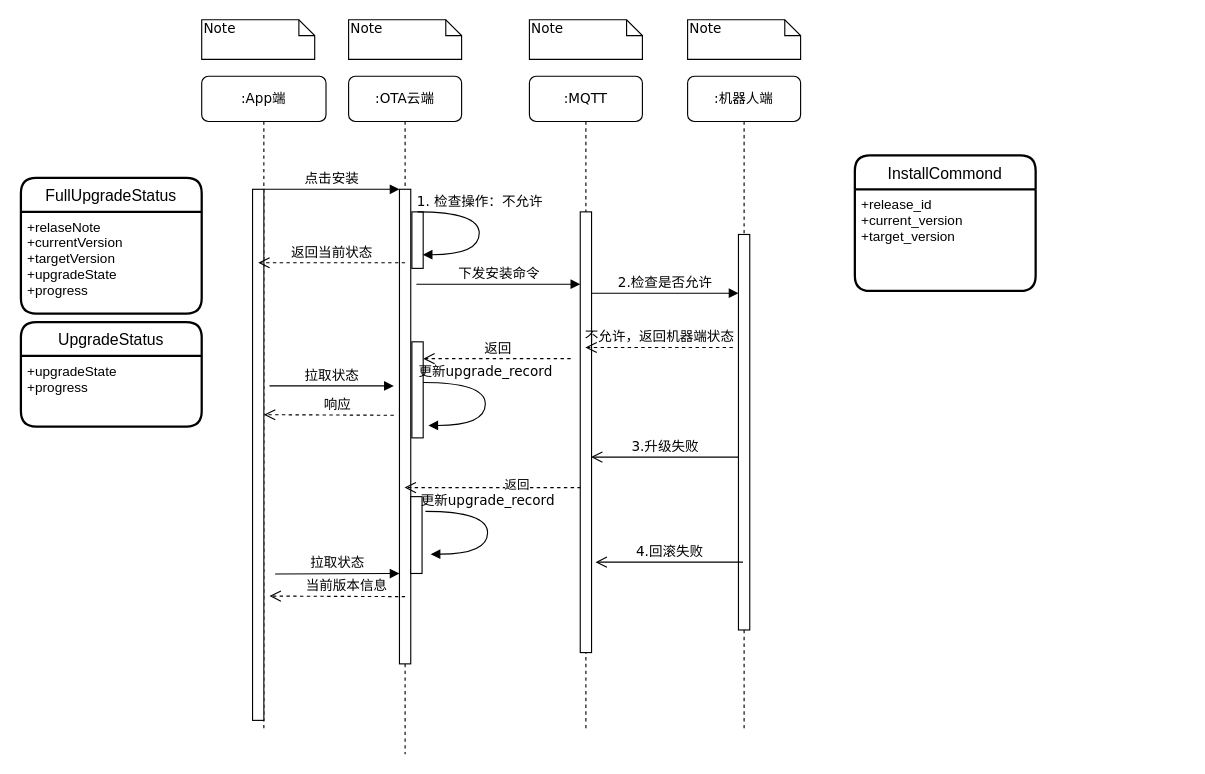
The draw.io diagram craft/ex upgrade_flow.drawio in feihu618/drawio, before the edit. Source tidied: cells renumbered, new cells numbered last; positions are measured from the earlier drawing's top-left corner, leaving out a move shared by most shapes. Both pictures are drawn from the tidied source at 113%, with x=0, y=0 at pixel (20, 19).
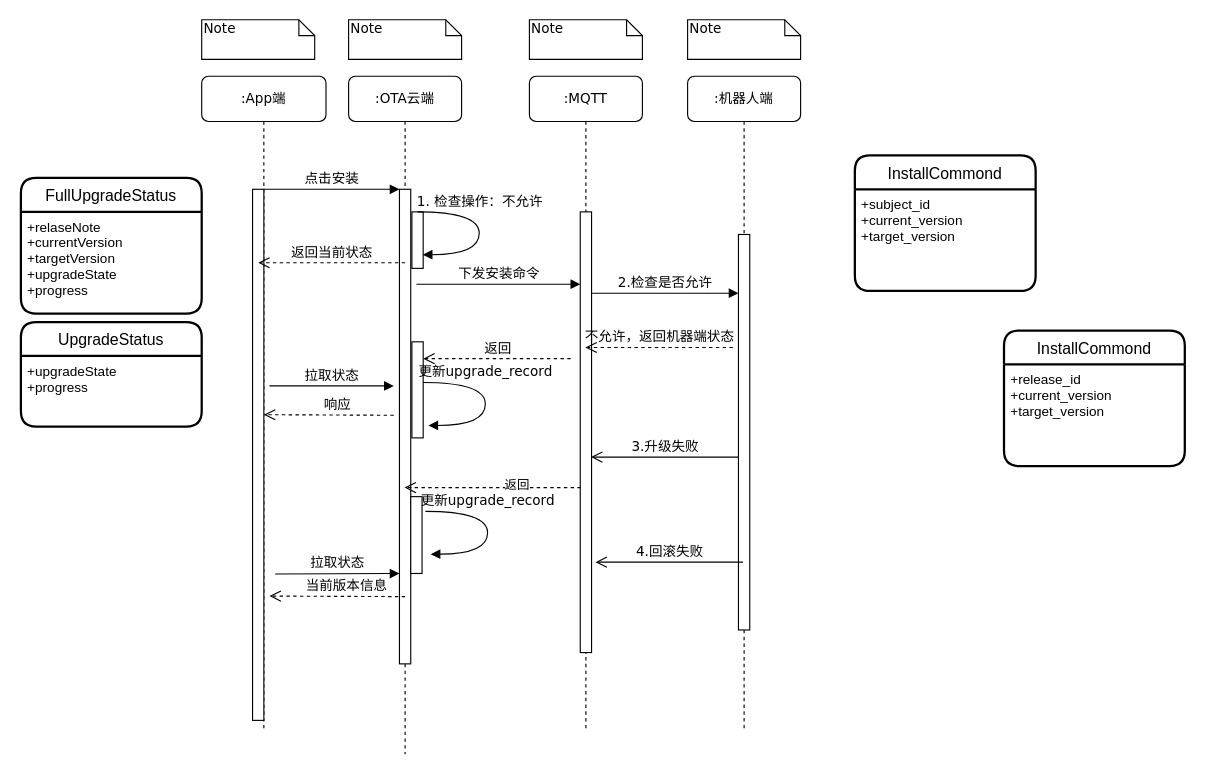
Above is the later version.

The change refers to these unchanged cells:
```xml
<mxCell id="31" value="InstallCommond" style="swimlane;horizontal=1;startSize=30;rounded=1;fontSize=14;fontStyle=0;strokeWidth=2;shadow=0;dashed=0;align=center;" parent="1" vertex="1">
  <mxGeometry x="738" y="120" width="160" height="120" as="geometry" />
</mxCell>
```

What changed in the source:
```diff
@@
-    <mxCell id="32" value="+release_id&#10;+current_version&#10;+target_version" style="align=left;strokeColor=none;fillColor=none;spacingLeft=4;fontSize=12;verticalAlign=top;" parent="31" vertex="1">
+    <mxCell id="32" value="+subject_id&#10;+current_version&#10;+target_version" style="align=left;strokeColor=none;fillColor=none;spacingLeft=4;fontSize=12;verticalAlign=top;" parent="31" vertex="1">
       <mxGeometry y="30" width="160" height="90" as="geometry" />
     </mxCell>
@@
+    <mxCell id="41" value="InstallCommond" style="swimlane;horizontal=1;startSize=30;rounded=1;fontSize=14;fontStyle=0;strokeWidth=2;shadow=0;dashed=0;align=center;" parent="1" vertex="1">
+      <mxGeometry x="870" y="275" width="160" height="120" as="geometry" />
+    </mxCell>
+    <mxCell id="42" value="+release_id&#10;+current_version&#10;+target_version" style="align=left;strokeColor=none;fillColor=none;spacingLeft=4;fontSize=12;verticalAlign=top;" parent="41" vertex="1">
+      <mxGeometry y="30" width="160" height="90" as="geometry" />
+    </mxCell>
```
